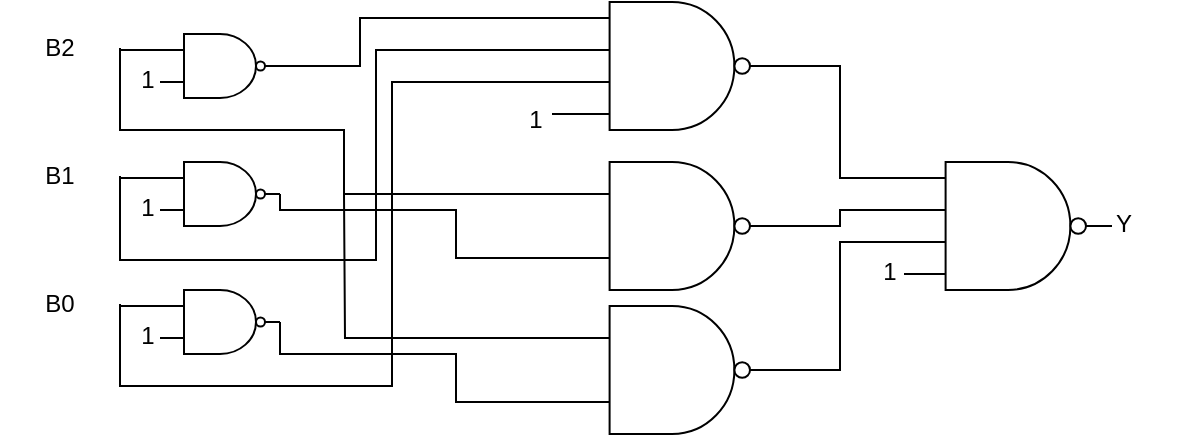
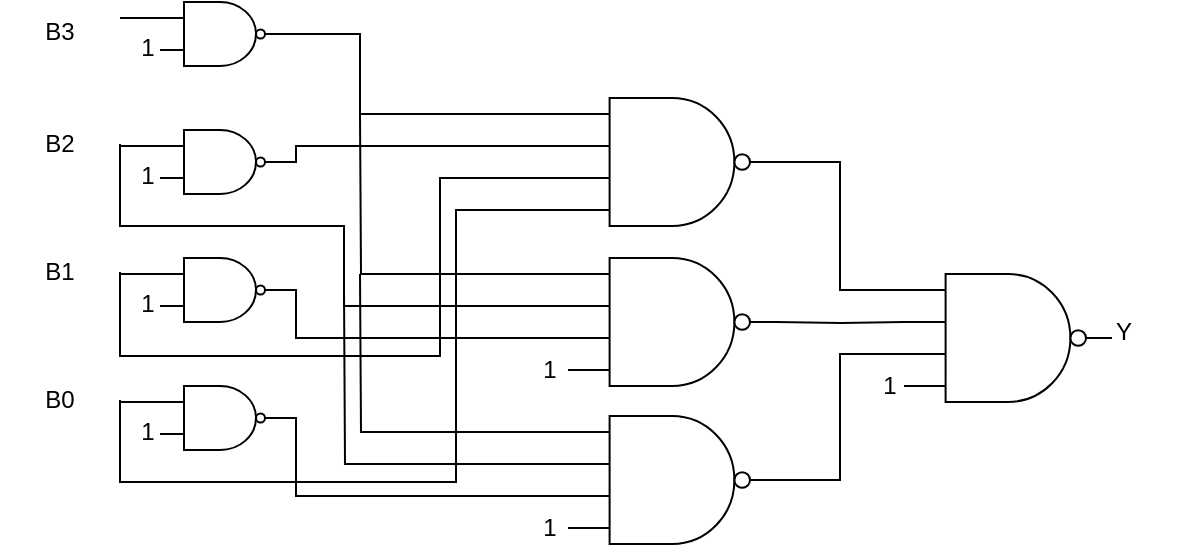
<mxfile host="app.diagrams.net" agent="Mozilla/5.0 (Windows NT 10.0; Win64; x64) AppleWebKit/537.36 (KHTML, like Gecko) Chrome/142.0.0.0 Safari/537.36 Edg/142.0.0.0">
  <diagram name="第 1 页" id="SSyZGLvfdHFejiNZ9gYk">
-     <mxGraphModel dx="642" dy="417" grid="1" gridSize="8" guides="1" tooltips="1" connect="1" arrows="1" fold="1" page="1" pageScale="1" pageWidth="827" pageHeight="1169" math="0" shadow="0">
+     <mxGraphModel dx="574" dy="286" grid="1" gridSize="8" guides="1" tooltips="1" connect="1" arrows="1" fold="1" page="1" pageScale="1" pageWidth="827" pageHeight="1169" math="0" shadow="0">
      <root>
        <mxCell id="0" />
        <mxCell id="1" parent="0" />
        <mxCell id="LB7VPcnsJI316lUqnGeF-21" edge="1" parent="1" source="LB7VPcnsJI316lUqnGeF-11" style="edgeStyle=orthogonalEdgeStyle;rounded=0;orthogonalLoop=1;jettySize=auto;html=1;exitX=1;exitY=0.5;exitDx=0;exitDy=0;exitPerimeter=0;endArrow=none;endFill=0;entryX=0;entryY=0.125;entryDx=0;entryDy=0;entryPerimeter=0;" target="LB7VPcnsJI316lUqnGeF-20">
          <mxGeometry relative="1" as="geometry">
            <mxPoint x="440" y="111.90476190476187" as="targetPoint" />
          </mxGeometry>
        </mxCell>
        <mxCell id="LB7VPcnsJI316lUqnGeF-11" parent="1" style="verticalLabelPosition=bottom;shadow=0;dashed=0;align=center;html=1;verticalAlign=top;shape=mxgraph.electrical.logic_gates.logic_gate;operation=and;negating=1;negSize=0.15;numInputs=4;" value="" vertex="1">
          <mxGeometry height="64" width="104" x="288" y="80" as="geometry" />
        </mxCell>
        <mxCell id="LB7VPcnsJI316lUqnGeF-12" edge="1" parent="1" source="LB7VPcnsJI316lUqnGeF-11" style="endArrow=none;html=1;rounded=0;exitX=0;exitY=0.875;exitDx=0;exitDy=0;exitPerimeter=0;" value="">
          <mxGeometry height="50" relative="1" width="50" as="geometry">
            <mxPoint x="328" y="136" as="sourcePoint" />
            <mxPoint x="280" y="136" as="targetPoint" />
          </mxGeometry>
        </mxCell>
        <mxCell id="LB7VPcnsJI316lUqnGeF-13" edge="1" parent="1" source="LB7VPcnsJI316lUqnGeF-11" style="endArrow=none;html=1;rounded=0;exitX=0;exitY=0.625;exitDx=0;exitDy=0;exitPerimeter=0;" value="">
          <mxGeometry height="50" relative="1" width="50" as="geometry">
            <mxPoint x="330" y="120" as="sourcePoint" />
            <mxPoint x="280" y="120" as="targetPoint" />
          </mxGeometry>
        </mxCell>
        <mxCell id="LB7VPcnsJI316lUqnGeF-14" edge="1" parent="1" source="LB7VPcnsJI316lUqnGeF-11" style="endArrow=none;html=1;rounded=0;exitX=0;exitY=0.375;exitDx=0;exitDy=0;exitPerimeter=0;" value="">
          <mxGeometry height="50" relative="1" width="50" as="geometry">
            <mxPoint x="330" y="104" as="sourcePoint" />
            <mxPoint x="280" y="104" as="targetPoint" />
          </mxGeometry>
        </mxCell>
        <mxCell id="LB7VPcnsJI316lUqnGeF-15" edge="1" parent="1" source="LB7VPcnsJI316lUqnGeF-11" style="endArrow=none;html=1;rounded=0;exitX=0;exitY=0.125;exitDx=0;exitDy=0;exitPerimeter=0;" value="">
          <mxGeometry height="50" relative="1" width="50" as="geometry">
            <mxPoint x="328" y="88" as="sourcePoint" />
            <mxPoint x="280" y="88" as="targetPoint" />
          </mxGeometry>
        </mxCell>
        <mxCell id="LB7VPcnsJI316lUqnGeF-16" parent="1" style="text;html=1;whiteSpace=wrap;strokeColor=none;fillColor=none;align=center;verticalAlign=middle;rounded=0;" value="1" vertex="1">
-           <mxGeometry height="22" width="32" x="256" y="128" as="geometry" />
-         </mxCell>
-         <mxCell id="LB7VPcnsJI316lUqnGeF-18" parent="1" style="verticalLabelPosition=bottom;shadow=0;dashed=0;align=center;html=1;verticalAlign=top;shape=mxgraph.electrical.logic_gates.logic_gate;operation=and;negating=1;negSize=0.15;" value="" vertex="1">
-           <mxGeometry height="64" width="104" x="288" y="160" as="geometry" />
-         </mxCell>
-         <mxCell id="LB7VPcnsJI316lUqnGeF-47" edge="1" parent="1" source="LB7VPcnsJI316lUqnGeF-19" style="edgeStyle=orthogonalEdgeStyle;rounded=0;orthogonalLoop=1;jettySize=auto;html=1;exitX=0;exitY=0.25;exitDx=0;exitDy=0;exitPerimeter=0;endArrow=none;endFill=0;">
-           <mxGeometry relative="1" as="geometry">
+           <mxGeometry height="22" width="32" x="263" y="205" as="geometry" />
+         </mxCell>
+         <mxCell id="LB7VPcnsJI316lUqnGeF-47" edge="1" parent="1" source="RvaNU_OsgMu0X9zi4izz-5" style="edgeStyle=orthogonalEdgeStyle;rounded=0;orthogonalLoop=1;jettySize=auto;html=1;exitX=0;exitY=0.375;exitDx=0;exitDy=0;exitPerimeter=0;endArrow=none;endFill=0;">
+           <mxGeometry relative="1" as="geometry">
+             <mxPoint x="288" y="248" as="sourcePoint" />
            <mxPoint x="176" y="176" as="targetPoint" />
          </mxGeometry>
        </mxCell>
-         <mxCell id="LB7VPcnsJI316lUqnGeF-19" parent="1" style="verticalLabelPosition=bottom;shadow=0;dashed=0;align=center;html=1;verticalAlign=top;shape=mxgraph.electrical.logic_gates.logic_gate;operation=and;negating=1;negSize=0.15;" value="" vertex="1">
-           <mxGeometry height="64" width="104" x="288" y="232" as="geometry" />
-         </mxCell>
        <mxCell id="LB7VPcnsJI316lUqnGeF-20" parent="1" style="verticalLabelPosition=bottom;shadow=0;dashed=0;align=center;html=1;verticalAlign=top;shape=mxgraph.electrical.logic_gates.logic_gate;operation=and;negating=1;negSize=0.15;numInputs=4;" value="" vertex="1">
-           <mxGeometry height="64" width="104" x="456" y="160" as="geometry" />
-         </mxCell>
-         <mxCell id="LB7VPcnsJI316lUqnGeF-24" edge="1" parent="1" source="LB7VPcnsJI316lUqnGeF-18" style="edgeStyle=orthogonalEdgeStyle;rounded=0;orthogonalLoop=1;jettySize=auto;html=1;exitX=1;exitY=0.5;exitDx=0;exitDy=0;exitPerimeter=0;entryX=0;entryY=0.375;entryDx=0;entryDy=0;entryPerimeter=0;endArrow=none;endFill=0;" target="LB7VPcnsJI316lUqnGeF-20">
-           <mxGeometry relative="1" as="geometry" />
-         </mxCell>
-         <mxCell id="LB7VPcnsJI316lUqnGeF-25" edge="1" parent="1" source="LB7VPcnsJI316lUqnGeF-19" style="edgeStyle=orthogonalEdgeStyle;rounded=0;orthogonalLoop=1;jettySize=auto;html=1;exitX=1;exitY=0.5;exitDx=0;exitDy=0;exitPerimeter=0;entryX=0;entryY=0.625;entryDx=0;entryDy=0;entryPerimeter=0;endArrow=none;endFill=0;" target="LB7VPcnsJI316lUqnGeF-20">
-           <mxGeometry relative="1" as="geometry" />
+           <mxGeometry height="64" width="104" x="456" y="168" as="geometry" />
+         </mxCell>
+         <mxCell id="LB7VPcnsJI316lUqnGeF-24" edge="1" parent="1" style="edgeStyle=orthogonalEdgeStyle;rounded=0;orthogonalLoop=1;jettySize=auto;html=1;exitX=1;exitY=0.5;exitDx=0;exitDy=0;exitPerimeter=0;entryX=0;entryY=0.375;entryDx=0;entryDy=0;entryPerimeter=0;endArrow=none;endFill=0;" target="LB7VPcnsJI316lUqnGeF-20">
+           <mxGeometry relative="1" as="geometry">
+             <mxPoint x="392.0000000000001" y="192" as="sourcePoint" />
+           </mxGeometry>
+         </mxCell>
+         <mxCell id="LB7VPcnsJI316lUqnGeF-25" edge="1" parent="1" source="RvaNU_OsgMu0X9zi4izz-5" style="edgeStyle=orthogonalEdgeStyle;rounded=0;orthogonalLoop=1;jettySize=auto;html=1;exitX=1;exitY=0.5;exitDx=0;exitDy=0;exitPerimeter=0;entryX=0;entryY=0.625;entryDx=0;entryDy=0;entryPerimeter=0;endArrow=none;endFill=0;" target="LB7VPcnsJI316lUqnGeF-20">
+           <mxGeometry relative="1" as="geometry">
+             <mxPoint x="392.0000000000001" y="264" as="sourcePoint" />
+           </mxGeometry>
        </mxCell>
        <mxCell id="LB7VPcnsJI316lUqnGeF-26" parent="1" style="text;html=1;whiteSpace=wrap;strokeColor=none;fillColor=none;align=center;verticalAlign=middle;rounded=0;" value="1" vertex="1">
-           <mxGeometry height="30" width="60" x="419" y="200" as="geometry" />
-         </mxCell>
-         <mxCell id="LB7VPcnsJI316lUqnGeF-38" edge="1" parent="1" source="LB7VPcnsJI316lUqnGeF-27" style="edgeStyle=orthogonalEdgeStyle;rounded=0;orthogonalLoop=1;jettySize=auto;html=1;exitX=1;exitY=0.5;exitDx=0;exitDy=0;endArrow=none;endFill=0;entryX=0;entryY=0.25;entryDx=0;entryDy=0;entryPerimeter=0;" target="LB7VPcnsJI316lUqnGeF-18">
+           <mxGeometry height="30" width="60" x="419" y="209" as="geometry" />
+         </mxCell>
+         <mxCell id="LB7VPcnsJI316lUqnGeF-38" edge="1" parent="1" source="LB7VPcnsJI316lUqnGeF-27" style="edgeStyle=orthogonalEdgeStyle;rounded=0;orthogonalLoop=1;jettySize=auto;html=1;exitX=1;exitY=0.5;exitDx=0;exitDy=0;endArrow=none;endFill=0;entryX=0;entryY=0.375;entryDx=0;entryDy=0;entryPerimeter=0;" target="RvaNU_OsgMu0X9zi4izz-4">
          <mxGeometry relative="1" as="geometry">
            <Array as="points">
              <mxPoint x="64" y="144" />
              <mxPoint x="176" y="144" />
-               <mxPoint x="176" y="176" />
+               <mxPoint x="176" y="184" />
            </Array>
            <mxPoint x="58" y="136" as="sourcePoint" />
-             <mxPoint x="176" y="144" as="targetPoint" />
+             <mxPoint x="288" y="176" as="targetPoint" />
          </mxGeometry>
        </mxCell>
        <mxCell id="LB7VPcnsJI316lUqnGeF-27" parent="1" style="text;html=1;whiteSpace=wrap;strokeColor=none;fillColor=none;align=center;verticalAlign=middle;rounded=0;" value="B2" vertex="1">
          <mxGeometry height="30" width="60" x="4" y="88" as="geometry" />
        </mxCell>
        <mxCell id="LB7VPcnsJI316lUqnGeF-28" parent="1" style="text;html=1;whiteSpace=wrap;strokeColor=none;fillColor=none;align=center;verticalAlign=middle;rounded=0;" value="B1" vertex="1">
          <mxGeometry height="30" width="60" x="4" y="152" as="geometry" />
        </mxCell>
        <mxCell id="LB7VPcnsJI316lUqnGeF-29" parent="1" style="text;html=1;whiteSpace=wrap;strokeColor=none;fillColor=none;align=center;verticalAlign=middle;rounded=0;" value="B0" vertex="1">
          <mxGeometry height="30" width="60" x="4" y="216" as="geometry" />
        </mxCell>
        <mxCell id="LB7VPcnsJI316lUqnGeF-33" edge="1" parent="1" source="LB7VPcnsJI316lUqnGeF-30" style="edgeStyle=orthogonalEdgeStyle;rounded=0;orthogonalLoop=1;jettySize=auto;html=1;exitX=0;exitY=0.25;exitDx=0;exitDy=0;exitPerimeter=0;entryX=1;entryY=0.5;entryDx=0;entryDy=0;endArrow=none;endFill=0;" target="LB7VPcnsJI316lUqnGeF-27">
          <mxGeometry relative="1" as="geometry">
            <Array as="points">
              <mxPoint x="64" y="104" />
            </Array>
          </mxGeometry>
        </mxCell>
        <mxCell id="LB7VPcnsJI316lUqnGeF-42" edge="1" parent="1" source="LB7VPcnsJI316lUqnGeF-30" style="edgeStyle=orthogonalEdgeStyle;rounded=0;orthogonalLoop=1;jettySize=auto;html=1;exitX=1;exitY=0.5;exitDx=0;exitDy=0;exitPerimeter=0;endArrow=none;endFill=0;">
          <mxGeometry relative="1" as="geometry">
            <Array as="points">
-               <mxPoint x="184" y="112" />
-               <mxPoint x="184" y="88" />
-             </Array>
-             <mxPoint x="280" y="88" as="targetPoint" />
+               <mxPoint x="152" y="112" />
+               <mxPoint x="152" y="104" />
+             </Array>
+             <mxPoint x="280" y="104" as="targetPoint" />
          </mxGeometry>
        </mxCell>
        <mxCell id="LB7VPcnsJI316lUqnGeF-30" parent="1" style="verticalLabelPosition=bottom;shadow=0;dashed=0;align=center;html=1;verticalAlign=top;shape=mxgraph.electrical.logic_gates.logic_gate;operation=and;negating=1;negSize=0.15;" value="" vertex="1">
          <mxGeometry height="32" width="60" x="84" y="96" as="geometry" />
        </mxCell>
        <mxCell id="LB7VPcnsJI316lUqnGeF-34" edge="1" parent="1" source="LB7VPcnsJI316lUqnGeF-31" style="edgeStyle=orthogonalEdgeStyle;rounded=0;orthogonalLoop=1;jettySize=auto;html=1;exitX=0;exitY=0.25;exitDx=0;exitDy=0;exitPerimeter=0;entryX=1;entryY=0.5;entryDx=0;entryDy=0;startArrow=none;startFill=0;endArrow=none;endFill=0;" target="LB7VPcnsJI316lUqnGeF-28">
          <mxGeometry relative="1" as="geometry" />
        </mxCell>
        <mxCell id="LB7VPcnsJI316lUqnGeF-31" parent="1" style="verticalLabelPosition=bottom;shadow=0;dashed=0;align=center;html=1;verticalAlign=top;shape=mxgraph.electrical.logic_gates.logic_gate;operation=and;negating=1;negSize=0.15;" value="" vertex="1">
          <mxGeometry height="32" width="60" x="84" y="160" as="geometry" />
        </mxCell>
        <mxCell id="LB7VPcnsJI316lUqnGeF-32" parent="1" style="verticalLabelPosition=bottom;shadow=0;dashed=0;align=center;html=1;verticalAlign=top;shape=mxgraph.electrical.logic_gates.logic_gate;operation=and;negating=1;negSize=0.15;" value="" vertex="1">
          <mxGeometry height="32" width="60" x="84" y="224" as="geometry" />
        </mxCell>
        <mxCell id="LB7VPcnsJI316lUqnGeF-39" edge="1" parent="1" source="LB7VPcnsJI316lUqnGeF-28" style="edgeStyle=orthogonalEdgeStyle;rounded=0;orthogonalLoop=1;jettySize=auto;html=1;exitX=1;exitY=0.5;exitDx=0;exitDy=0;endArrow=none;endFill=0;">
          <mxGeometry relative="1" as="geometry">
            <Array as="points">
              <mxPoint x="64" y="209" />
-               <mxPoint x="192" y="209" />
-               <mxPoint x="192" y="104" />
+               <mxPoint x="224" y="209" />
+               <mxPoint x="224" y="120" />
            </Array>
            <mxPoint x="72" y="192" as="sourcePoint" />
-             <mxPoint x="280" y="104" as="targetPoint" />
+             <mxPoint x="280" y="120" as="targetPoint" />
          </mxGeometry>
        </mxCell>
        <mxCell id="LB7VPcnsJI316lUqnGeF-40" edge="1" parent="1" source="LB7VPcnsJI316lUqnGeF-29" style="edgeStyle=orthogonalEdgeStyle;rounded=0;orthogonalLoop=1;jettySize=auto;html=1;exitX=1;exitY=0.5;exitDx=0;exitDy=0;endArrow=none;endFill=0;">
          <mxGeometry relative="1" as="geometry">
            <Array as="points">
              <mxPoint x="64" y="272" />
-               <mxPoint x="200" y="272" />
-               <mxPoint x="200" y="120" />
+               <mxPoint x="232" y="272" />
+               <mxPoint x="232" y="136" />
            </Array>
            <mxPoint x="64" y="232" as="sourcePoint" />
-             <mxPoint x="280" y="120" as="targetPoint" />
+             <mxPoint x="280" y="136" as="targetPoint" />
          </mxGeometry>
        </mxCell>
        <mxCell id="LB7VPcnsJI316lUqnGeF-41" edge="1" parent="1" source="LB7VPcnsJI316lUqnGeF-32" style="edgeStyle=orthogonalEdgeStyle;rounded=0;orthogonalLoop=1;jettySize=auto;html=1;exitX=0;exitY=0.25;exitDx=0;exitDy=0;exitPerimeter=0;entryX=1;entryY=0.5;entryDx=0;entryDy=0;endArrow=none;endFill=0;" target="LB7VPcnsJI316lUqnGeF-29">
          <mxGeometry relative="1" as="geometry" />
        </mxCell>
        <mxCell id="LB7VPcnsJI316lUqnGeF-43" parent="1" style="text;html=1;whiteSpace=wrap;strokeColor=none;fillColor=none;align=center;verticalAlign=middle;rounded=0;" value="1" vertex="1">
          <mxGeometry height="30" width="60" x="48" y="104" as="geometry" />
        </mxCell>
        <mxCell id="LB7VPcnsJI316lUqnGeF-44" parent="1" style="text;html=1;whiteSpace=wrap;strokeColor=none;fillColor=none;align=center;verticalAlign=middle;rounded=0;" value="1" vertex="1">
          <mxGeometry height="30" width="60" x="48" y="168" as="geometry" />
        </mxCell>
        <mxCell id="LB7VPcnsJI316lUqnGeF-45" parent="1" style="text;html=1;whiteSpace=wrap;strokeColor=none;fillColor=none;align=center;verticalAlign=middle;rounded=0;" value="1" vertex="1">
          <mxGeometry height="30" width="60" x="48" y="232" as="geometry" />
        </mxCell>
-         <mxCell id="LB7VPcnsJI316lUqnGeF-48" edge="1" parent="1" source="LB7VPcnsJI316lUqnGeF-31" style="edgeStyle=orthogonalEdgeStyle;rounded=0;orthogonalLoop=1;jettySize=auto;html=1;exitX=1;exitY=0.5;exitDx=0;exitDy=0;exitPerimeter=0;entryX=0;entryY=0.75;entryDx=0;entryDy=0;entryPerimeter=0;endArrow=none;endFill=0;" target="LB7VPcnsJI316lUqnGeF-18">
-           <mxGeometry relative="1" as="geometry">
-             <Array as="points">
-               <mxPoint x="144" y="184" />
-               <mxPoint x="232" y="184" />
-               <mxPoint x="232" y="208" />
-             </Array>
-           </mxGeometry>
-         </mxCell>
-         <mxCell id="LB7VPcnsJI316lUqnGeF-49" edge="1" parent="1" source="LB7VPcnsJI316lUqnGeF-32" style="edgeStyle=orthogonalEdgeStyle;rounded=0;orthogonalLoop=1;jettySize=auto;html=1;exitX=1;exitY=0.5;exitDx=0;exitDy=0;exitPerimeter=0;entryX=0;entryY=0.75;entryDx=0;entryDy=0;entryPerimeter=0;endArrow=none;endFill=0;" target="LB7VPcnsJI316lUqnGeF-19">
-           <mxGeometry relative="1" as="geometry">
-             <Array as="points">
-               <mxPoint x="144" y="256" />
-               <mxPoint x="232" y="256" />
-               <mxPoint x="232" y="280" />
-             </Array>
+         <mxCell id="LB7VPcnsJI316lUqnGeF-48" edge="1" parent="1" source="LB7VPcnsJI316lUqnGeF-31" style="edgeStyle=orthogonalEdgeStyle;rounded=0;orthogonalLoop=1;jettySize=auto;html=1;exitX=1;exitY=0.5;exitDx=0;exitDy=0;exitPerimeter=0;entryX=0;entryY=0.625;entryDx=0;entryDy=0;endArrow=none;endFill=0;entryPerimeter=0;" target="RvaNU_OsgMu0X9zi4izz-4">
+           <mxGeometry relative="1" as="geometry">
+             <Array as="points">
+               <mxPoint x="152" y="176" />
+               <mxPoint x="152" y="200" />
+             </Array>
+             <mxPoint x="288" y="208" as="targetPoint" />
+           </mxGeometry>
+         </mxCell>
+         <mxCell id="LB7VPcnsJI316lUqnGeF-49" edge="1" parent="1" source="LB7VPcnsJI316lUqnGeF-32" style="edgeStyle=orthogonalEdgeStyle;rounded=0;orthogonalLoop=1;jettySize=auto;html=1;exitX=1;exitY=0.5;exitDx=0;exitDy=0;exitPerimeter=0;entryX=0;entryY=0.625;entryDx=0;entryDy=0;entryPerimeter=0;endArrow=none;endFill=0;" target="RvaNU_OsgMu0X9zi4izz-5">
+           <mxGeometry relative="1" as="geometry">
+             <Array as="points">
+               <mxPoint x="152" y="240" />
+               <mxPoint x="152" y="279" />
+             </Array>
+             <mxPoint x="288" y="280" as="targetPoint" />
          </mxGeometry>
        </mxCell>
        <mxCell id="LB7VPcnsJI316lUqnGeF-50" parent="1" style="text;html=1;whiteSpace=wrap;strokeColor=none;fillColor=none;align=center;verticalAlign=middle;rounded=0;" value="Y" vertex="1">
-           <mxGeometry height="30" width="60" x="536" y="176" as="geometry" />
+           <mxGeometry height="30" width="60" x="536" y="182" as="geometry" />
+         </mxCell>
+         <mxCell id="RvaNU_OsgMu0X9zi4izz-8" edge="1" parent="1" source="RvaNU_OsgMu0X9zi4izz-2" style="edgeStyle=orthogonalEdgeStyle;rounded=0;orthogonalLoop=1;jettySize=auto;html=1;exitX=0;exitY=0.25;exitDx=0;exitDy=0;exitPerimeter=0;entryX=1;entryY=0.25;entryDx=0;entryDy=0;endArrow=none;endFill=0;" target="RvaNU_OsgMu0X9zi4izz-3">
+           <mxGeometry relative="1" as="geometry" />
+         </mxCell>
+         <mxCell id="RvaNU_OsgMu0X9zi4izz-10" edge="1" parent="1" source="RvaNU_OsgMu0X9zi4izz-2" style="edgeStyle=orthogonalEdgeStyle;rounded=0;orthogonalLoop=1;jettySize=auto;html=1;exitX=1;exitY=0.5;exitDx=0;exitDy=0;exitPerimeter=0;endArrow=none;endFill=0;">
+           <mxGeometry relative="1" as="geometry">
+             <Array as="points">
+               <mxPoint x="184" y="48" />
+               <mxPoint x="184" y="88" />
+             </Array>
+             <mxPoint x="280" y="88" as="targetPoint" />
+           </mxGeometry>
+         </mxCell>
+         <mxCell id="RvaNU_OsgMu0X9zi4izz-2" parent="1" style="verticalLabelPosition=bottom;shadow=0;dashed=0;align=center;html=1;verticalAlign=top;shape=mxgraph.electrical.logic_gates.logic_gate;operation=and;negating=1;negSize=0.15;" value="" vertex="1">
+           <mxGeometry height="32" width="60" x="84" y="32" as="geometry" />
+         </mxCell>
+         <mxCell id="RvaNU_OsgMu0X9zi4izz-3" parent="1" style="text;html=1;whiteSpace=wrap;strokeColor=none;fillColor=none;align=center;verticalAlign=middle;rounded=0;" value="B3" vertex="1">
+           <mxGeometry height="30" width="60" x="4" y="32" as="geometry" />
+         </mxCell>
+         <mxCell id="RvaNU_OsgMu0X9zi4izz-11" edge="1" parent="1" source="RvaNU_OsgMu0X9zi4izz-4" style="edgeStyle=orthogonalEdgeStyle;rounded=0;orthogonalLoop=1;jettySize=auto;html=1;exitX=0;exitY=0.125;exitDx=0;exitDy=0;exitPerimeter=0;endArrow=none;endFill=0;">
+           <mxGeometry relative="1" as="geometry">
+             <mxPoint x="184" y="88" as="targetPoint" />
+           </mxGeometry>
+         </mxCell>
+         <mxCell id="RvaNU_OsgMu0X9zi4izz-4" parent="1" style="verticalLabelPosition=bottom;shadow=0;dashed=0;align=center;html=1;verticalAlign=top;shape=mxgraph.electrical.logic_gates.logic_gate;operation=and;negating=1;negSize=0.15;numInputs=4;" value="" vertex="1">
+           <mxGeometry height="64" width="104" x="288" y="160" as="geometry" />
+         </mxCell>
+         <mxCell id="RvaNU_OsgMu0X9zi4izz-12" edge="1" parent="1" source="RvaNU_OsgMu0X9zi4izz-5" style="edgeStyle=orthogonalEdgeStyle;rounded=0;orthogonalLoop=1;jettySize=auto;html=1;exitX=0;exitY=0.125;exitDx=0;exitDy=0;exitPerimeter=0;endArrow=none;endFill=0;">
+           <mxGeometry relative="1" as="geometry">
+             <mxPoint x="184" y="168" as="targetPoint" />
+           </mxGeometry>
+         </mxCell>
+         <mxCell id="RvaNU_OsgMu0X9zi4izz-5" parent="1" style="verticalLabelPosition=bottom;shadow=0;dashed=0;align=center;html=1;verticalAlign=top;shape=mxgraph.electrical.logic_gates.logic_gate;operation=and;negating=1;negSize=0.15;numInputs=4;" value="" vertex="1">
+           <mxGeometry height="64" width="104" x="288" y="239" as="geometry" />
+         </mxCell>
+         <mxCell id="RvaNU_OsgMu0X9zi4izz-6" parent="1" style="text;html=1;whiteSpace=wrap;strokeColor=none;fillColor=none;align=center;verticalAlign=middle;rounded=0;" value="1" vertex="1">
+           <mxGeometry height="30" width="60" x="249" y="280" as="geometry" />
+         </mxCell>
+         <mxCell id="RvaNU_OsgMu0X9zi4izz-9" parent="1" style="text;html=1;whiteSpace=wrap;strokeColor=none;fillColor=none;align=center;verticalAlign=middle;rounded=0;" value="1" vertex="1">
+           <mxGeometry height="30" width="60" x="48" y="40" as="geometry" />
        </mxCell>
      </root>
    </mxGraphModel>
  </diagram>
</mxfile>
